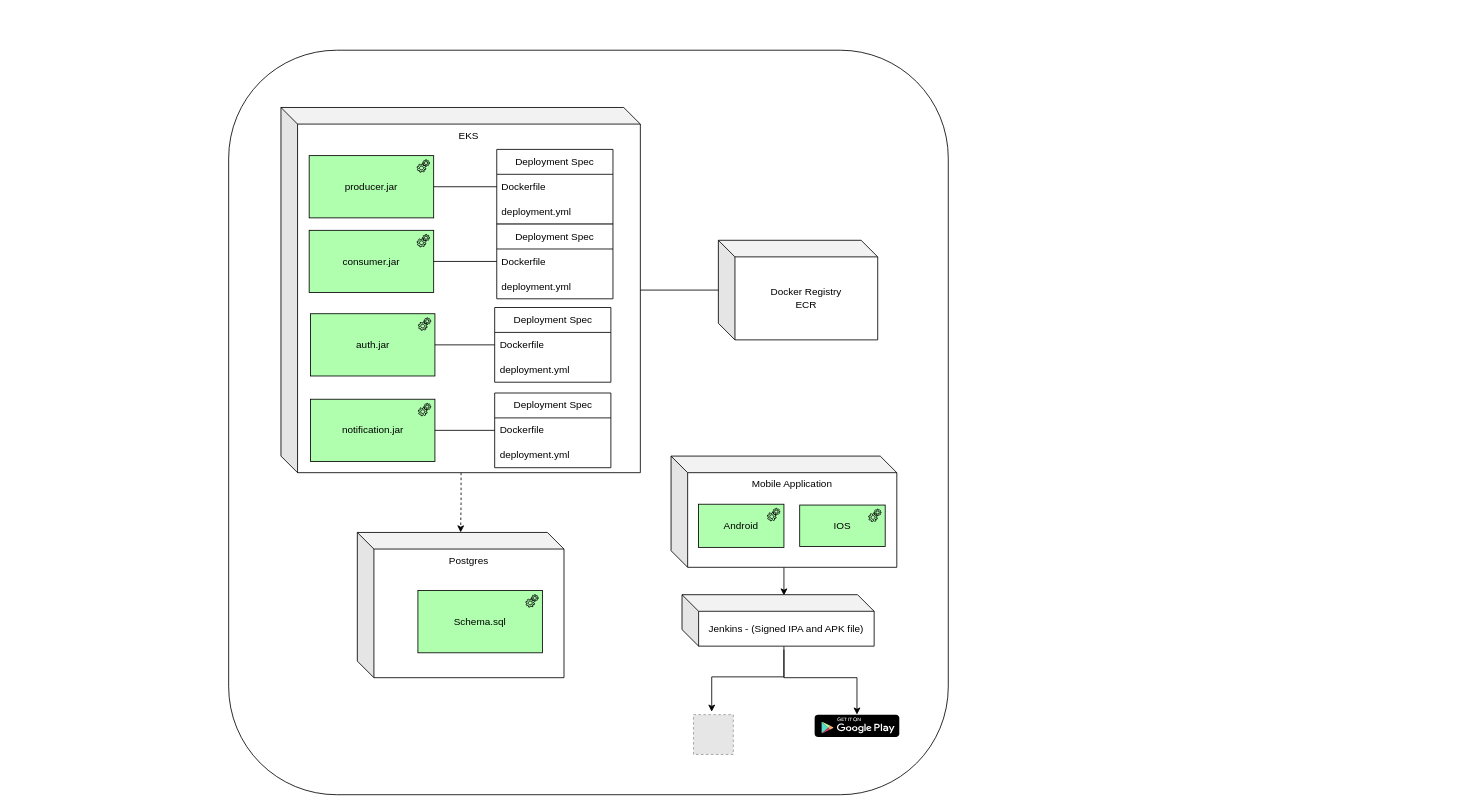
The draw.io diagram page "deployment.app" (2 of 32) of architecture/vote-system/diagrams/overall.architecture.drawio in codegik/team-red, before the edit. Source tidied: cells renumbered, new cells numbered last; positions are measured from the earlier drawing's top-left corner, leaving out a move shared by most shapes. Both pictures are drawn from the tidied source at 83%, with x=0, y=0 at pixel (228, 50). Pictures stored in the file or linked from it are replaced by grey dashed boxes.
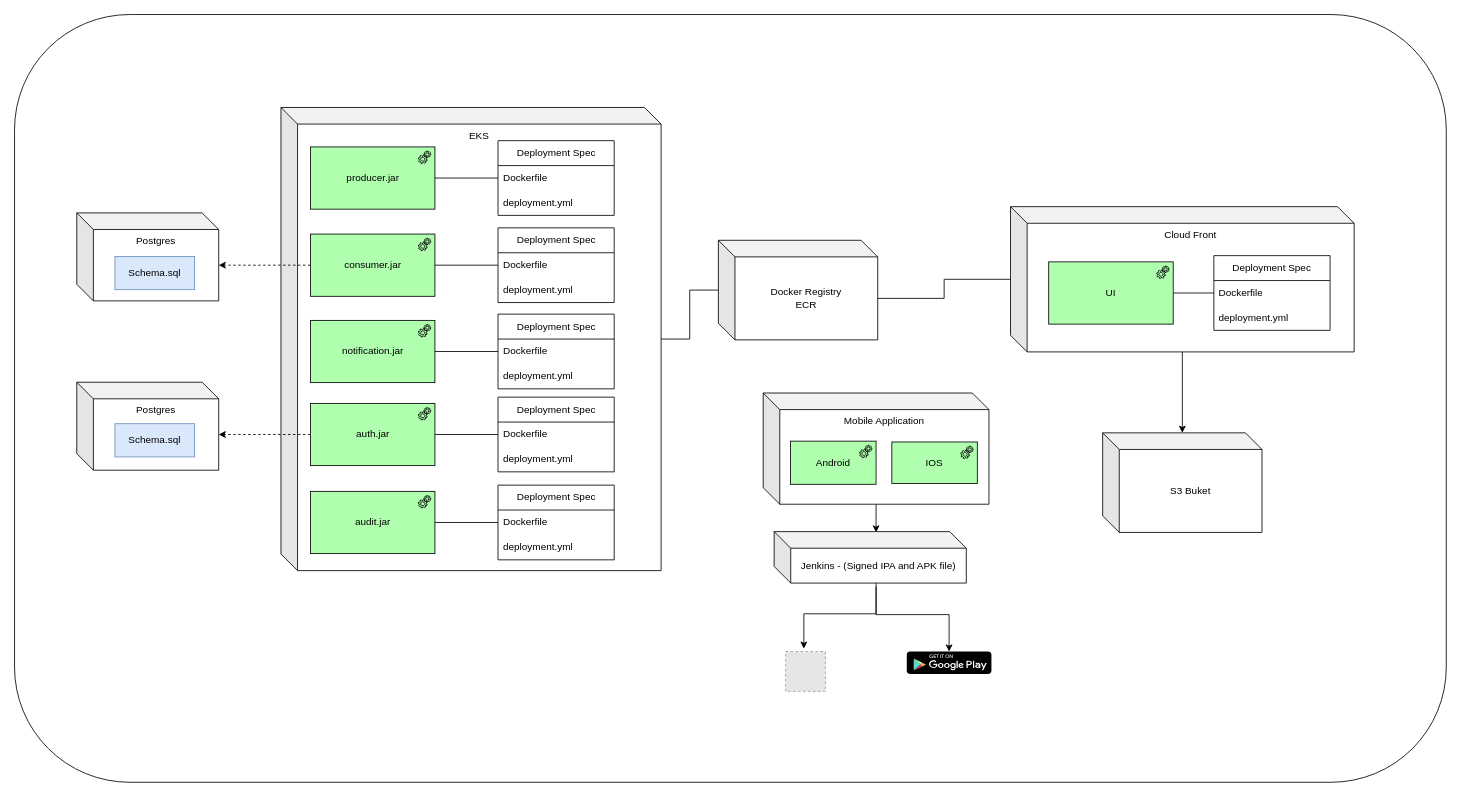
Above is the later version.

Unchanged cells that the change refers to:
```xml
<mxCell id="10" value="Docker Registry&lt;br&gt;ECR" style="shape=cube;whiteSpace=wrap;html=1;boundedLbl=1;backgroundOutline=1;darkOpacity=0.05;darkOpacity2=0.1;" parent="1" vertex="1">
  <mxGeometry x="590" y="229" width="192" height="120" as="geometry" />
</mxCell>
```

Diff of the diagram source:
```diff
@@
-    <mxCell id="2" style="rounded=1;whiteSpace=wrap;html=1;" parent="1" vertex="1">
-      <mxGeometry width="867" height="897" as="geometry" />
-    </mxCell>
-    <mxCell id="3" style="edgeStyle=orthogonalEdgeStyle;rounded=0;jettySize=auto;html=1;dashed=1;exitX=0;exitY=0;exitDx=217;exitDy=296;exitPerimeter=0;" parent="1" edge="1" source="4" target="12">
-      <mxGeometry relative="1" as="geometry" />
-    </mxCell>
+    <mxCell id="38" style="rounded=1;whiteSpace=wrap;html=1;" parent="1" vertex="1">
+      <mxGeometry x="-258" y="-43" width="1725" height="925" as="geometry" />
+    </mxCell>
     <mxCell id="4" value="EKS" style="shape=cube;whiteSpace=wrap;html=1;boundedLbl=1;backgroundOutline=1;darkOpacity=0.05;darkOpacity2=0.1;verticalAlign=top;" parent="1" vertex="1">
-      <mxGeometry x="63" y="69" width="433" height="440" as="geometry" />
+      <mxGeometry x="63" y="69" width="458" height="558" as="geometry" />
     </mxCell>
     <mxCell id="5" value="producer.jar" style="html=1;outlineConnect=0;whiteSpace=wrap;fillColor=#AFFFAF;shape=mxgraph.archimate3.application;appType=equipment;archiType=square;" parent="1" vertex="1">
-      <mxGeometry x="97" y="127" width="150" height="75" as="geometry" />
+      <mxGeometry x="98.5" y="116.5" width="150" height="75" as="geometry" />
     </mxCell>
     <mxCell id="6" value="Deployment Spec" style="swimlane;fontStyle=0;horizontal=1;startSize=30;whiteSpace=wrap;html=1;" parent="1" vertex="1">
-      <mxGeometry x="323" y="119.5" width="140" height="90" as="geometry" />
+      <mxGeometry x="324.5" y="109" width="140" height="90" as="geometry" />
     </mxCell>
@@
     <mxCell id="9" value="auth.jar" style="html=1;outlineConnect=0;whiteSpace=wrap;fillColor=#AFFFAF;shape=mxgraph.archimate3.application;appType=equipment;archiType=square;" parent="1" vertex="1">
-      <mxGeometry x="98.5" y="317.5" width="150" height="75" as="geometry" />
+      <mxGeometry x="98.5" y="425.5" width="150" height="75" as="geometry" />
     </mxCell>
@@
     <mxCell id="12" value="Postgres" style="shape=cube;whiteSpace=wrap;html=1;boundedLbl=1;backgroundOutline=1;darkOpacity=0.05;darkOpacity2=0.1;verticalAlign=top;" parent="1" vertex="1">
-      <mxGeometry x="155" y="581" width="249" height="175" as="geometry" />
+      <mxGeometry x="-183" y="196" width="171" height="106" as="geometry" />
     </mxCell>
-    <mxCell id="13" value="Schema.sql" style="html=1;whiteSpace=wrap;fillColor=#AFFFAF;shape=mxgraph.archimate3.application;appType=equipment;archiType=square;" parent="1" vertex="1">
-      <mxGeometry x="228" y="651" width="150" height="75" as="geometry" />
-    </mxCell>
     <mxCell id="14" value="Deployment Spec" style="swimlane;fontStyle=0;horizontal=1;startSize=30;whiteSpace=wrap;html=1;" parent="1" vertex="1">
-      <mxGeometry x="320.5" y="310" width="140" height="90" as="geometry" />
+      <mxGeometry x="324.5" y="418" width="140" height="90" as="geometry" />
     </mxCell>
@@
     <mxCell id="19" style="edgeStyle=orthogonalEdgeStyle;rounded=0;jettySize=auto;html=1;" parent="1" edge="1" source="20">
       <mxGeometry relative="1" as="geometry">
-        <mxPoint x="669" y="657" as="targetPoint" />
+        <mxPoint x="780" y="581" as="targetPoint" />
       </mxGeometry>
     </mxCell>
     <mxCell id="20" value="Mobile Application" style="shape=cube;whiteSpace=wrap;html=1;boundedLbl=1;backgroundOutline=1;darkOpacity=0.05;darkOpacity2=0.1;verticalAlign=top;" parent="1" vertex="1">
-      <mxGeometry x="533" y="489" width="272" height="134" as="geometry" />
+      <mxGeometry x="644" y="413" width="272" height="134" as="geometry" />
     </mxCell>
     <mxCell id="21" value="Android" style="html=1;whiteSpace=wrap;fillColor=#AFFFAF;shape=mxgraph.archimate3.application;appType=equipment;archiType=square;" parent="1" vertex="1">
-      <mxGeometry x="566" y="547" width="103" height="52" as="geometry" />
+      <mxGeometry x="677" y="471" width="103" height="52" as="geometry" />
     </mxCell>
     <mxCell id="22" value="IOS" style="html=1;whiteSpace=wrap;fillColor=#AFFFAF;shape=mxgraph.archimate3.application;appType=equipment;archiType=square;" parent="1" vertex="1">
-      <mxGeometry x="688" y="548" width="103" height="50" as="geometry" />
+      <mxGeometry x="799" y="472" width="103" height="50" as="geometry" />
     </mxCell>
     <mxCell id="23" style="edgeStyle=orthogonalEdgeStyle;rounded=0;jettySize=auto;html=1;" parent="1" edge="1" source="25" target="26">
       <mxGeometry relative="1" as="geometry">
         <Array as="points">
-          <mxPoint x="669" y="756" />
-          <mxPoint x="757" y="756" />
+          <mxPoint x="780" y="680" />
+          <mxPoint x="868" y="680" />
         </Array>
       </mxGeometry>
     </mxCell>
     <mxCell id="24" style="edgeStyle=orthogonalEdgeStyle;rounded=0;orthogonalLoop=1;jettySize=auto;html=1;" parent="1" edge="1">
       <mxGeometry relative="1" as="geometry">
-        <mxPoint x="669" y="722" as="sourcePoint" />
-        <mxPoint x="582" y="797" as="targetPoint" />
+        <mxPoint x="780" y="646" as="sourcePoint" />
+        <mxPoint x="693" y="721" as="targetPoint" />
         <Array as="points">
-          <mxPoint x="669" y="755" />
-          <mxPoint x="582" y="755" />
+          <mxPoint x="780" y="679" />
+          <mxPoint x="693" y="679" />
         </Array>
       </mxGeometry>
     </mxCell>
     <mxCell id="25" value="Jenkins - (Signed IPA and APK file)" style="shape=cube;whiteSpace=wrap;html=1;boundedLbl=1;backgroundOutline=1;darkOpacity=0.05;darkOpacity2=0.1;" parent="1" vertex="1">
-      <mxGeometry x="546.2" y="656" width="231.5" height="62" as="geometry" />
+      <mxGeometry x="657.2" y="580" width="231.5" height="62" as="geometry" />
     </mxCell>
     <mxCell id="26" style="dashed=0;outlineConnect=0;html=1;align=center;labelPosition=center;verticalLabelPosition=bottom;verticalAlign=top;shape=mxgraph.webicons.google_play;fillColor=#000000;" parent="1" vertex="1">
-      <mxGeometry x="706" y="800.5" width="102" height="27" as="geometry" />
+      <mxGeometry x="817" y="724.5" width="102" height="27" as="geometry" />
     </mxCell>
     <mxCell id="27" style="fillColor=#E6E6E6;strokeColor=#999999;dashed=1;html=1;verticalAlign=top;verticalLabelPosition=bottom;labelBackgroundColor=#ffffff;" parent="1" vertex="1">
-      <mxGeometry x="560" y="800.5" width="48" height="48" as="geometry" />
+      <mxGeometry x="671" y="724.5" width="48" height="48" as="geometry" />
     </mxCell>
     <mxCell id="28" value="consumer.jar" style="html=1;outlineConnect=0;whiteSpace=wrap;fillColor=#AFFFAF;shape=mxgraph.archimate3.application;appType=equipment;archiType=square;" parent="1" vertex="1">
-      <mxGeometry x="97" y="217" width="150" height="75" as="geometry" />
+      <mxGeometry x="98.5" y="221.5" width="150" height="75" as="geometry" />
     </mxCell>
     <mxCell id="29" value="Deployment Spec" style="swimlane;fontStyle=0;horizontal=1;startSize=30;whiteSpace=wrap;html=1;" parent="1" vertex="1">
-      <mxGeometry x="323" y="209.5" width="140" height="90" as="geometry" />
+      <mxGeometry x="324.5" y="214" width="140" height="90" as="geometry" />
     </mxCell>
@@
     <mxCell id="33" value="notification.jar" style="html=1;outlineConnect=0;whiteSpace=wrap;fillColor=#AFFFAF;shape=mxgraph.archimate3.application;appType=equipment;archiType=square;" parent="1" vertex="1">
-      <mxGeometry x="98.5" y="420.5" width="150" height="75" as="geometry" />
+      <mxGeometry x="98.5" y="325.5" width="150" height="75" as="geometry" />
     </mxCell>
     <mxCell id="34" value="Deployment Spec" style="swimlane;fontStyle=0;horizontal=1;startSize=30;whiteSpace=wrap;html=1;" parent="1" vertex="1">
-      <mxGeometry x="320.5" y="413" width="140" height="90" as="geometry" />
+      <mxGeometry x="324.5" y="318" width="140" height="90" as="geometry" />
     </mxCell>
@@
+    <mxCell id="39" style="edgeStyle=orthogonalEdgeStyle;rounded=0;jettySize=auto;html=1;" parent="1" edge="1" source="40" target="46">
+      <mxGeometry relative="1" as="geometry" />
+    </mxCell>
+    <mxCell id="40" value="Cloud Front" style="shape=cube;whiteSpace=wrap;html=1;boundedLbl=1;backgroundOutline=1;darkOpacity=0.05;darkOpacity2=0.1;verticalAlign=top;" parent="1" vertex="1">
+      <mxGeometry x="942" y="188.5" width="414" height="175" as="geometry" />
+    </mxCell>
+    <mxCell id="41" style="edgeStyle=orthogonalEdgeStyle;rounded=0;jettySize=auto;html=1;endArrow=none;startFill=0;" parent="1" edge="1" source="42" target="43">
+      <mxGeometry relative="1" as="geometry" />
+    </mxCell>
+    <mxCell id="42" value="UI" style="html=1;outlineConnect=0;whiteSpace=wrap;fillColor=#AFFFAF;shape=mxgraph.archimate3.application;appType=equipment;archiType=square;" parent="1" vertex="1">
+      <mxGeometry x="988" y="255" width="150" height="75" as="geometry" />
+    </mxCell>
+    <mxCell id="43" value="Deployment Spec" style="swimlane;fontStyle=0;horizontal=1;startSize=30;whiteSpace=wrap;html=1;" parent="1" vertex="1">
+      <mxGeometry x="1187" y="247.5" width="140" height="90" as="geometry" />
+    </mxCell>
+    <mxCell id="44" value="Dockerfile" style="text;strokeColor=none;fillColor=none;align=left;verticalAlign=middle;spacingLeft=4;spacingRight=4;overflow=hidden;whiteSpace=wrap;html=1;" parent="43" vertex="1">
+      <mxGeometry y="30" width="140" height="30" as="geometry" />
+    </mxCell>
+    <mxCell id="45" value="deployment.yml" style="text;strokeColor=none;fillColor=none;align=left;verticalAlign=middle;spacingLeft=4;spacingRight=4;overflow=hidden;whiteSpace=wrap;html=1;" parent="43" vertex="1">
+      <mxGeometry y="60" width="140" height="30" as="geometry" />
+    </mxCell>
+    <mxCell id="46" value="S3 Buket" style="shape=cube;whiteSpace=wrap;html=1;boundedLbl=1;backgroundOutline=1;darkOpacity=0.05;darkOpacity2=0.1;" parent="1" vertex="1">
+      <mxGeometry x="1053" y="461" width="192" height="120" as="geometry" />
+    </mxCell>
+    <mxCell id="47" value="audit.jar" style="html=1;outlineConnect=0;whiteSpace=wrap;fillColor=#AFFFAF;shape=mxgraph.archimate3.application;appType=equipment;archiType=square;" parent="1" vertex="1">
+      <mxGeometry x="98.5" y="531.5" width="150" height="75" as="geometry" />
+    </mxCell>
+    <mxCell id="48" value="Deployment Spec" style="swimlane;fontStyle=0;horizontal=1;startSize=30;whiteSpace=wrap;html=1;" parent="1" vertex="1">
+      <mxGeometry x="324.5" y="524" width="140" height="90" as="geometry" />
+    </mxCell>
+    <mxCell id="49" value="Dockerfile" style="text;strokeColor=none;fillColor=none;align=left;verticalAlign=middle;spacingLeft=4;spacingRight=4;overflow=hidden;whiteSpace=wrap;html=1;" parent="48" vertex="1">
+      <mxGeometry y="30" width="140" height="30" as="geometry" />
+    </mxCell>
+    <mxCell id="50" value="deployment.yml" style="text;strokeColor=none;fillColor=none;align=left;verticalAlign=middle;spacingLeft=4;spacingRight=4;overflow=hidden;whiteSpace=wrap;html=1;" parent="48" vertex="1">
+      <mxGeometry y="60" width="140" height="30" as="geometry" />
+    </mxCell>
+    <mxCell id="51" style="edgeStyle=orthogonalEdgeStyle;rounded=0;jettySize=auto;html=1;endArrow=none;startFill=0;" parent="1" edge="1" source="47" target="48">
+      <mxGeometry relative="1" as="geometry" />
+    </mxCell>
+    <mxCell id="52" value="Schema.sql" style="rounded=0;whiteSpace=wrap;html=1;fillColor=#dae8fc;strokeColor=#6c8ebf;" parent="1" vertex="1">
+      <mxGeometry x="-137" y="248.5" width="96" height="40" as="geometry" />
+    </mxCell>
+    <mxCell id="53" value="Postgres" style="shape=cube;whiteSpace=wrap;html=1;boundedLbl=1;backgroundOutline=1;darkOpacity=0.05;darkOpacity2=0.1;verticalAlign=top;" parent="1" vertex="1">
+      <mxGeometry x="-183" y="400" width="171" height="106" as="geometry" />
+    </mxCell>
+    <mxCell id="54" value="Schema.sql" style="rounded=0;whiteSpace=wrap;html=1;fillColor=#dae8fc;strokeColor=#6c8ebf;" parent="1" vertex="1">
+      <mxGeometry x="-137" y="450" width="96" height="40" as="geometry" />
+    </mxCell>
+    <mxCell id="55" style="edgeStyle=orthogonalEdgeStyle;rounded=0;jettySize=auto;html=1;entryX=0;entryY=0;entryDx=171;entryDy=62.99999999999999;entryPerimeter=0;dashed=1;" parent="1" edge="1" source="28" target="12">
+      <mxGeometry relative="1" as="geometry" />
+    </mxCell>
+    <mxCell id="56" style="edgeStyle=orthogonalEdgeStyle;rounded=0;jettySize=auto;html=1;entryX=0;entryY=0;entryDx=171;entryDy=62.99999999999999;entryPerimeter=0;dashed=1;" parent="1" edge="1" source="9" target="53">
+      <mxGeometry relative="1" as="geometry" />
+    </mxCell>
+    <mxCell id="57" style="edgeStyle=orthogonalEdgeStyle;rounded=0;jettySize=auto;html=1;entryX=0;entryY=0;entryDx=191.99999999999997;entryDy=70;entryPerimeter=0;endArrow=none;endFill=0;" parent="1" edge="1" source="40" target="10">
+      <mxGeometry relative="1" as="geometry" />
+    </mxCell>
```
